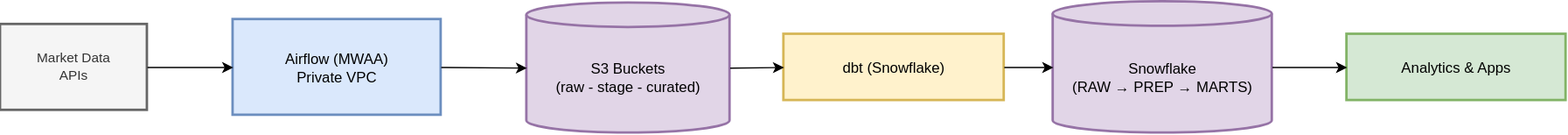
This is public/assets/architecture-flow.v1.svg from davehasacat/catincloudlabs, a draw.io export, as it was before one commit. Source tidied: cells renumbered, new cells last; positions are measured from the earlier drawing's top-left corner, leaving out a move shared by most shapes. Source of this version:
```xml
<mxGraphModel>
  <root>
    <mxCell id="0" />
    <mxCell id="1" parent="0" />
    <mxCell id="2" value="Market Data&#10;APIs" style="whiteSpace=wrap;strokeWidth=2;fillColor=#f5f5f5;fontColor=#333333;strokeColor=#666666;fontSize=11;" parent="1" vertex="1">
      <mxGeometry y="18.5" width="120" height="70" as="geometry" />
    </mxCell>
    <mxCell id="3" value="Airflow (MWAA)&#10;Private VPC" style="whiteSpace=wrap;strokeWidth=2;fillColor=#dae8fc;strokeColor=#6c8ebf;" parent="1" vertex="1">
      <mxGeometry x="190" y="14.5" width="170" height="78" as="geometry" />
    </mxCell>
    <mxCell id="4" value="S3 Buckets&#10;(raw - stage - curated)" style="shape=cylinder3;boundedLbl=1;backgroundOutline=1;size=10;strokeWidth=2;whiteSpace=wrap;fillColor=#e1d5e7;strokeColor=#9673a6;" parent="1" vertex="1">
      <mxGeometry x="430" y="1" width="166" height="106" as="geometry" />
    </mxCell>
    <mxCell id="5" value="dbt (Snowflake)" style="whiteSpace=wrap;strokeWidth=2;fillColor=#fff2cc;strokeColor=#d6b656;" parent="1" vertex="1">
      <mxGeometry x="640" y="26.5" width="180" height="54" as="geometry" />
    </mxCell>
    <mxCell id="6" value="Snowflake&#10;(RAW → PREP → MARTS)" style="shape=cylinder3;boundedLbl=1;backgroundOutline=1;size=10;strokeWidth=2;whiteSpace=wrap;fillColor=#e1d5e7;strokeColor=#9673a6;" parent="1" vertex="1">
      <mxGeometry x="860" width="179" height="107" as="geometry" />
    </mxCell>
    <mxCell id="7" value="Analytics &amp; Apps" style="whiteSpace=wrap;strokeWidth=2;fillColor=#d5e8d4;strokeColor=#82b366;" parent="1" vertex="1">
      <mxGeometry x="1100" y="26.5" width="179" height="54" as="geometry" />
    </mxCell>
    <mxCell id="8" style="endArrow=classic;html=1;rounded=0;entryX=0;entryY=0.5;entryDx=0;entryDy=0;exitX=1;exitY=0.5;exitDx=0;exitDy=0;" parent="1" edge="1" source="2" target="3">
      <mxGeometry relative="1" as="geometry" />
    </mxCell>
    <mxCell id="9" style="endArrow=classic;html=1;rounded=0;entryX=0;entryY=0.5;entryDx=0;entryDy=0;exitX=1;exitY=0.5;exitDx=0;exitDy=0;entryPerimeter=0;" parent="1" edge="1" source="3" target="4">
      <mxGeometry relative="1" as="geometry" />
    </mxCell>
    <mxCell id="10" style="endArrow=classic;html=1;rounded=0;entryX=0;entryY=0.5;entryDx=0;entryDy=0;exitX=1;exitY=0.5;exitDx=0;exitDy=0;exitPerimeter=0;" parent="1" edge="1" source="4" target="5">
      <mxGeometry relative="1" as="geometry" />
    </mxCell>
    <mxCell id="11" style="endArrow=classic;html=1;rounded=0;entryX=0;entryY=0.5;entryDx=0;entryDy=0;exitX=1;exitY=0.5;exitDx=0;exitDy=0;exitPerimeter=0;" parent="1" edge="1" source="6" target="7">
      <mxGeometry relative="1" as="geometry" />
    </mxCell>
    <mxCell id="12" style="endArrow=classic;html=1;rounded=0;entryX=0;entryY=0.5;entryDx=0;entryDy=0;exitX=1;exitY=0.5;exitDx=0;exitDy=0;entryPerimeter=0;" parent="1" edge="1" source="5" target="6">
      <mxGeometry relative="1" as="geometry" />
    </mxCell>
  </root>
</mxGraphModel>
```
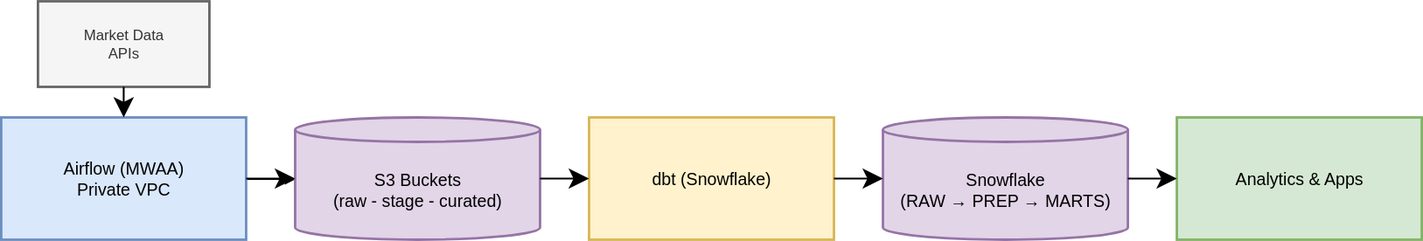
After the commit.

Commit message:
add new flow diagram

The edit, as a diff of the source:
```diff
@@ -1,39 +1,42 @@
-<mxGraphModel>
+<mxGraphModel background="#ffffff">
   <root>
     <mxCell id="0" />
     <mxCell id="1" parent="0" />
-    <mxCell id="2" value="Market Data&#10;APIs" style="whiteSpace=wrap;strokeWidth=2;fillColor=#f5f5f5;fontColor=#333333;strokeColor=#666666;fontSize=11;" parent="1" vertex="1">
-      <mxGeometry y="18.5" width="120" height="70" as="geometry" />
+    <mxCell id="2" value="Market Data&#10;APIs" style="whiteSpace=wrap;strokeWidth=2;fillColor=#f5f5f5;fontColor=#333333;strokeColor=#666666;fontSize=12;" parent="1" vertex="1">
+      <mxGeometry x="-16" y="-190" width="140" height="70" as="geometry" />
     </mxCell>
+    <mxCell id="13" style="edgeStyle=orthogonalEdgeStyle;rounded=0;jettySize=auto;html=1;" parent="1" edge="1" source="3" target="4">
+      <mxGeometry relative="1" as="geometry" />
+    </mxCell>
-    <mxCell id="3" value="Airflow (MWAA)&#10;Private VPC" style="whiteSpace=wrap;strokeWidth=2;fillColor=#dae8fc;strokeColor=#6c8ebf;" parent="1" vertex="1">
-      <mxGeometry x="190" y="14.5" width="170" height="78" as="geometry" />
+    <mxCell id="3" value="Airflow (MWAA)&#10;Private VPC" style="whiteSpace=wrap;strokeWidth=2;fillColor=#dae8fc;strokeColor=#6c8ebf;fontSize=14;" parent="1" vertex="1">
+      <mxGeometry x="-46" y="-95" width="200" height="100" as="geometry" />
     </mxCell>
-    <mxCell id="4" value="S3 Buckets&#10;(raw - stage - curated)" style="shape=cylinder3;boundedLbl=1;backgroundOutline=1;size=10;strokeWidth=2;whiteSpace=wrap;fillColor=#e1d5e7;strokeColor=#9673a6;" parent="1" vertex="1">
-      <mxGeometry x="430" y="1" width="166" height="106" as="geometry" />
+    <mxCell id="4" value="S3 Buckets&#10;(raw - stage - curated)" style="shape=cylinder3;boundedLbl=1;backgroundOutline=1;size=10;strokeWidth=2;whiteSpace=wrap;fillColor=#e1d5e7;strokeColor=#9673a6;fontSize=14;" parent="1" vertex="1">
+      <mxGeometry x="194" y="-95" width="200" height="100" as="geometry" />
     </mxCell>
-    <mxCell id="5" value="dbt (Snowflake)" style="whiteSpace=wrap;strokeWidth=2;fillColor=#fff2cc;strokeColor=#d6b656;" parent="1" vertex="1">
-      <mxGeometry x="640" y="26.5" width="180" height="54" as="geometry" />
+    <mxCell id="5" value="dbt (Snowflake)" style="whiteSpace=wrap;strokeWidth=2;fillColor=#fff2cc;strokeColor=#d6b656;fontSize=14;" parent="1" vertex="1">
+      <mxGeometry x="434" y="-95" width="200" height="100" as="geometry" />
     </mxCell>
-    <mxCell id="6" value="Snowflake&#10;(RAW → PREP → MARTS)" style="shape=cylinder3;boundedLbl=1;backgroundOutline=1;size=10;strokeWidth=2;whiteSpace=wrap;fillColor=#e1d5e7;strokeColor=#9673a6;" parent="1" vertex="1">
-      <mxGeometry x="860" width="179" height="107" as="geometry" />
+    <mxCell id="6" value="Snowflake&#10;(RAW → PREP → MARTS)" style="shape=cylinder3;boundedLbl=1;backgroundOutline=1;size=10;strokeWidth=2;whiteSpace=wrap;fillColor=#e1d5e7;strokeColor=#9673a6;fontSize=14;" parent="1" vertex="1">
+      <mxGeometry x="674" y="-95" width="200" height="100" as="geometry" />
     </mxCell>
-    <mxCell id="7" value="Analytics &amp; Apps" style="whiteSpace=wrap;strokeWidth=2;fillColor=#d5e8d4;strokeColor=#82b366;" parent="1" vertex="1">
-      <mxGeometry x="1100" y="26.5" width="179" height="54" as="geometry" />
+    <mxCell id="7" value="Analytics &amp; Apps" style="whiteSpace=wrap;strokeWidth=2;fillColor=#d5e8d4;strokeColor=#82b366;fontSize=14;" parent="1" vertex="1">
+      <mxGeometry x="914" y="-95" width="200" height="100" as="geometry" />
     </mxCell>
+    <mxCell id="14" style="endArrow=classic;html=1;rounded=0;exitX=1;exitY=0.5;exitDx=0;exitDy=0;entryX=0;entryY=0.5;entryDx=0;entryDy=0;fontSize=12;endFill=1;entryPerimeter=0;endSize=12;strokeWidth=1.5;" parent="1" edge="1" source="3" target="4">
+      <mxGeometry relative="1" as="geometry" />
+    </mxCell>
-    <mxCell id="8" style="endArrow=classic;html=1;rounded=0;entryX=0;entryY=0.5;entryDx=0;entryDy=0;exitX=1;exitY=0.5;exitDx=0;exitDy=0;" parent="1" edge="1" source="2" target="3">
+    <mxCell id="8" style="endArrow=classic;html=1;rounded=0;exitX=0.5;exitY=1;exitDx=0;exitDy=0;fontSize=12;endFill=1;endSize=12;strokeWidth=1.5;entryX=0.5;entryY=0;entryDx=0;entryDy=0;" parent="1" edge="1" source="2" target="3">
       <mxGeometry relative="1" as="geometry" />
     </mxCell>
-    <mxCell id="9" style="endArrow=classic;html=1;rounded=0;entryX=0;entryY=0.5;entryDx=0;entryDy=0;exitX=1;exitY=0.5;exitDx=0;exitDy=0;entryPerimeter=0;" parent="1" edge="1" source="3" target="4">
-      <mxGeometry relative="1" as="geometry" />
-    </mxCell>
-    <mxCell id="10" style="endArrow=classic;html=1;rounded=0;entryX=0;entryY=0.5;entryDx=0;entryDy=0;exitX=1;exitY=0.5;exitDx=0;exitDy=0;exitPerimeter=0;" parent="1" edge="1" source="4" target="5">
+    <mxCell id="10" style="endArrow=classic;html=1;rounded=0;exitX=1;exitY=0.5;exitDx=0;exitDy=0;entryX=0;entryY=0.5;entryDx=0;entryDy=0;fontSize=12;endFill=1;endSize=12;strokeWidth=1.5;exitPerimeter=0;" parent="1" edge="1" source="4" target="5">
       <mxGeometry relative="1" as="geometry" />
     </mxCell>
+    <mxCell id="12" style="endArrow=classic;html=1;rounded=0;exitX=1;exitY=0.5;exitDx=0;exitDy=0;entryX=0;entryY=0.5;entryDx=0;entryDy=0;fontSize=12;endFill=1;endSize=12;strokeWidth=1.5;entryPerimeter=0;" parent="1" edge="1" source="5" target="6">
+      <mxGeometry relative="1" as="geometry" />
+    </mxCell>
-    <mxCell id="11" style="endArrow=classic;html=1;rounded=0;entryX=0;entryY=0.5;entryDx=0;entryDy=0;exitX=1;exitY=0.5;exitDx=0;exitDy=0;exitPerimeter=0;" parent="1" edge="1" source="6" target="7">
+    <mxCell id="11" style="endArrow=classic;html=1;rounded=0;exitX=1;exitY=0.5;exitDx=0;exitDy=0;entryX=0;entryY=0.5;entryDx=0;entryDy=0;fontSize=12;endFill=1;endSize=12;strokeWidth=1.5;exitPerimeter=0;" parent="1" edge="1" source="6" target="7">
       <mxGeometry relative="1" as="geometry" />
     </mxCell>
-    <mxCell id="12" style="endArrow=classic;html=1;rounded=0;entryX=0;entryY=0.5;entryDx=0;entryDy=0;exitX=1;exitY=0.5;exitDx=0;exitDy=0;entryPerimeter=0;" parent="1" edge="1" source="5" target="6">
-      <mxGeometry relative="1" as="geometry" />
-    </mxCell>
   </root>
 </mxGraphModel>
```
